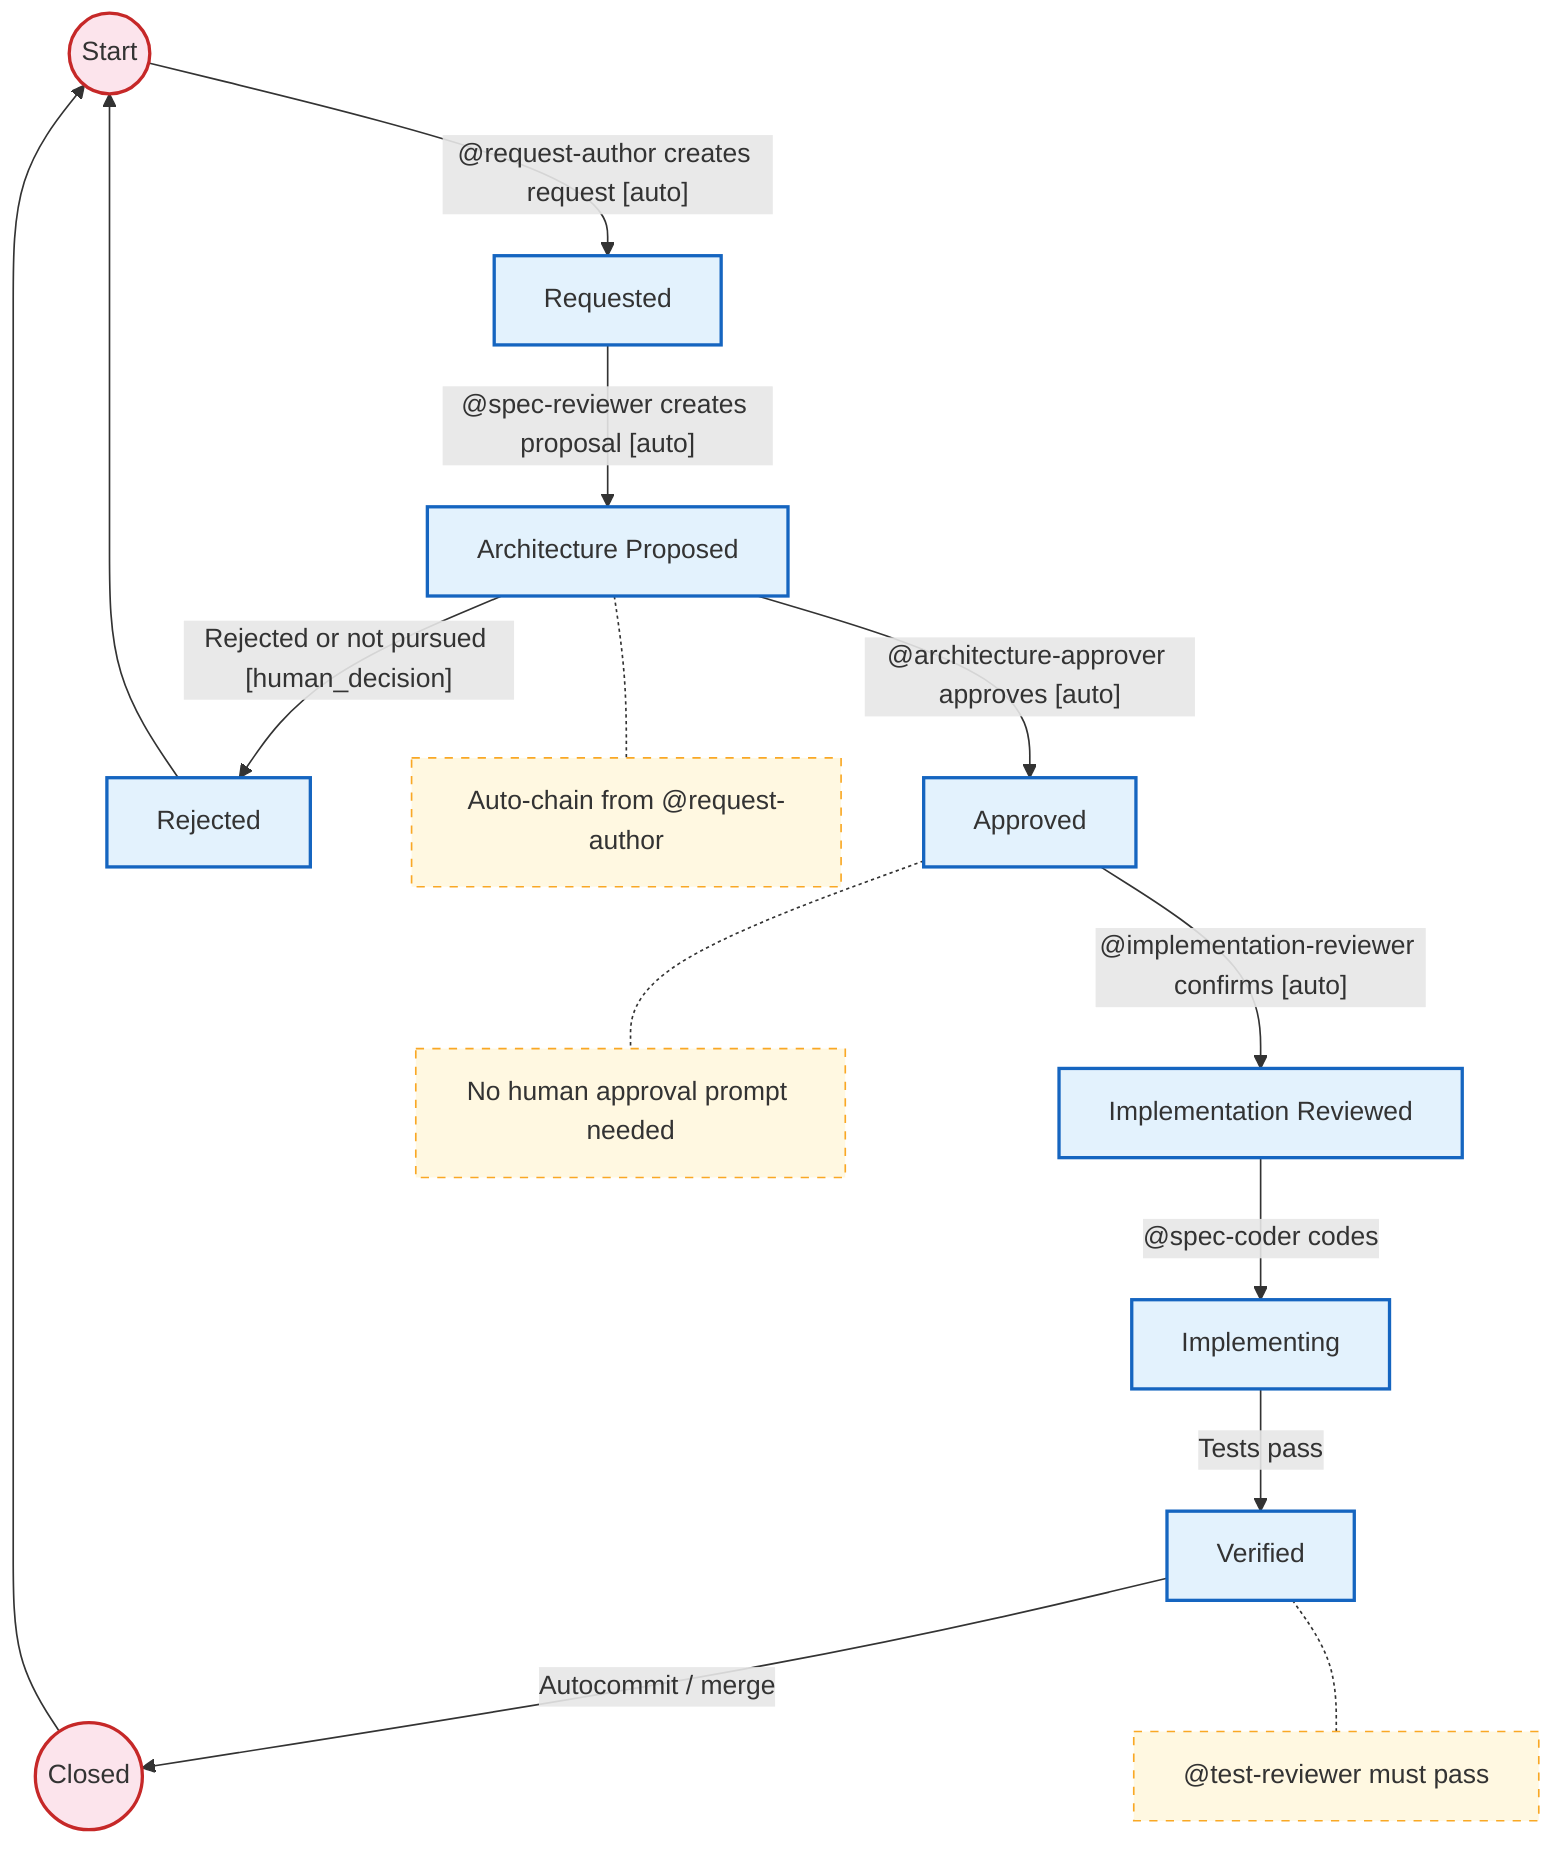
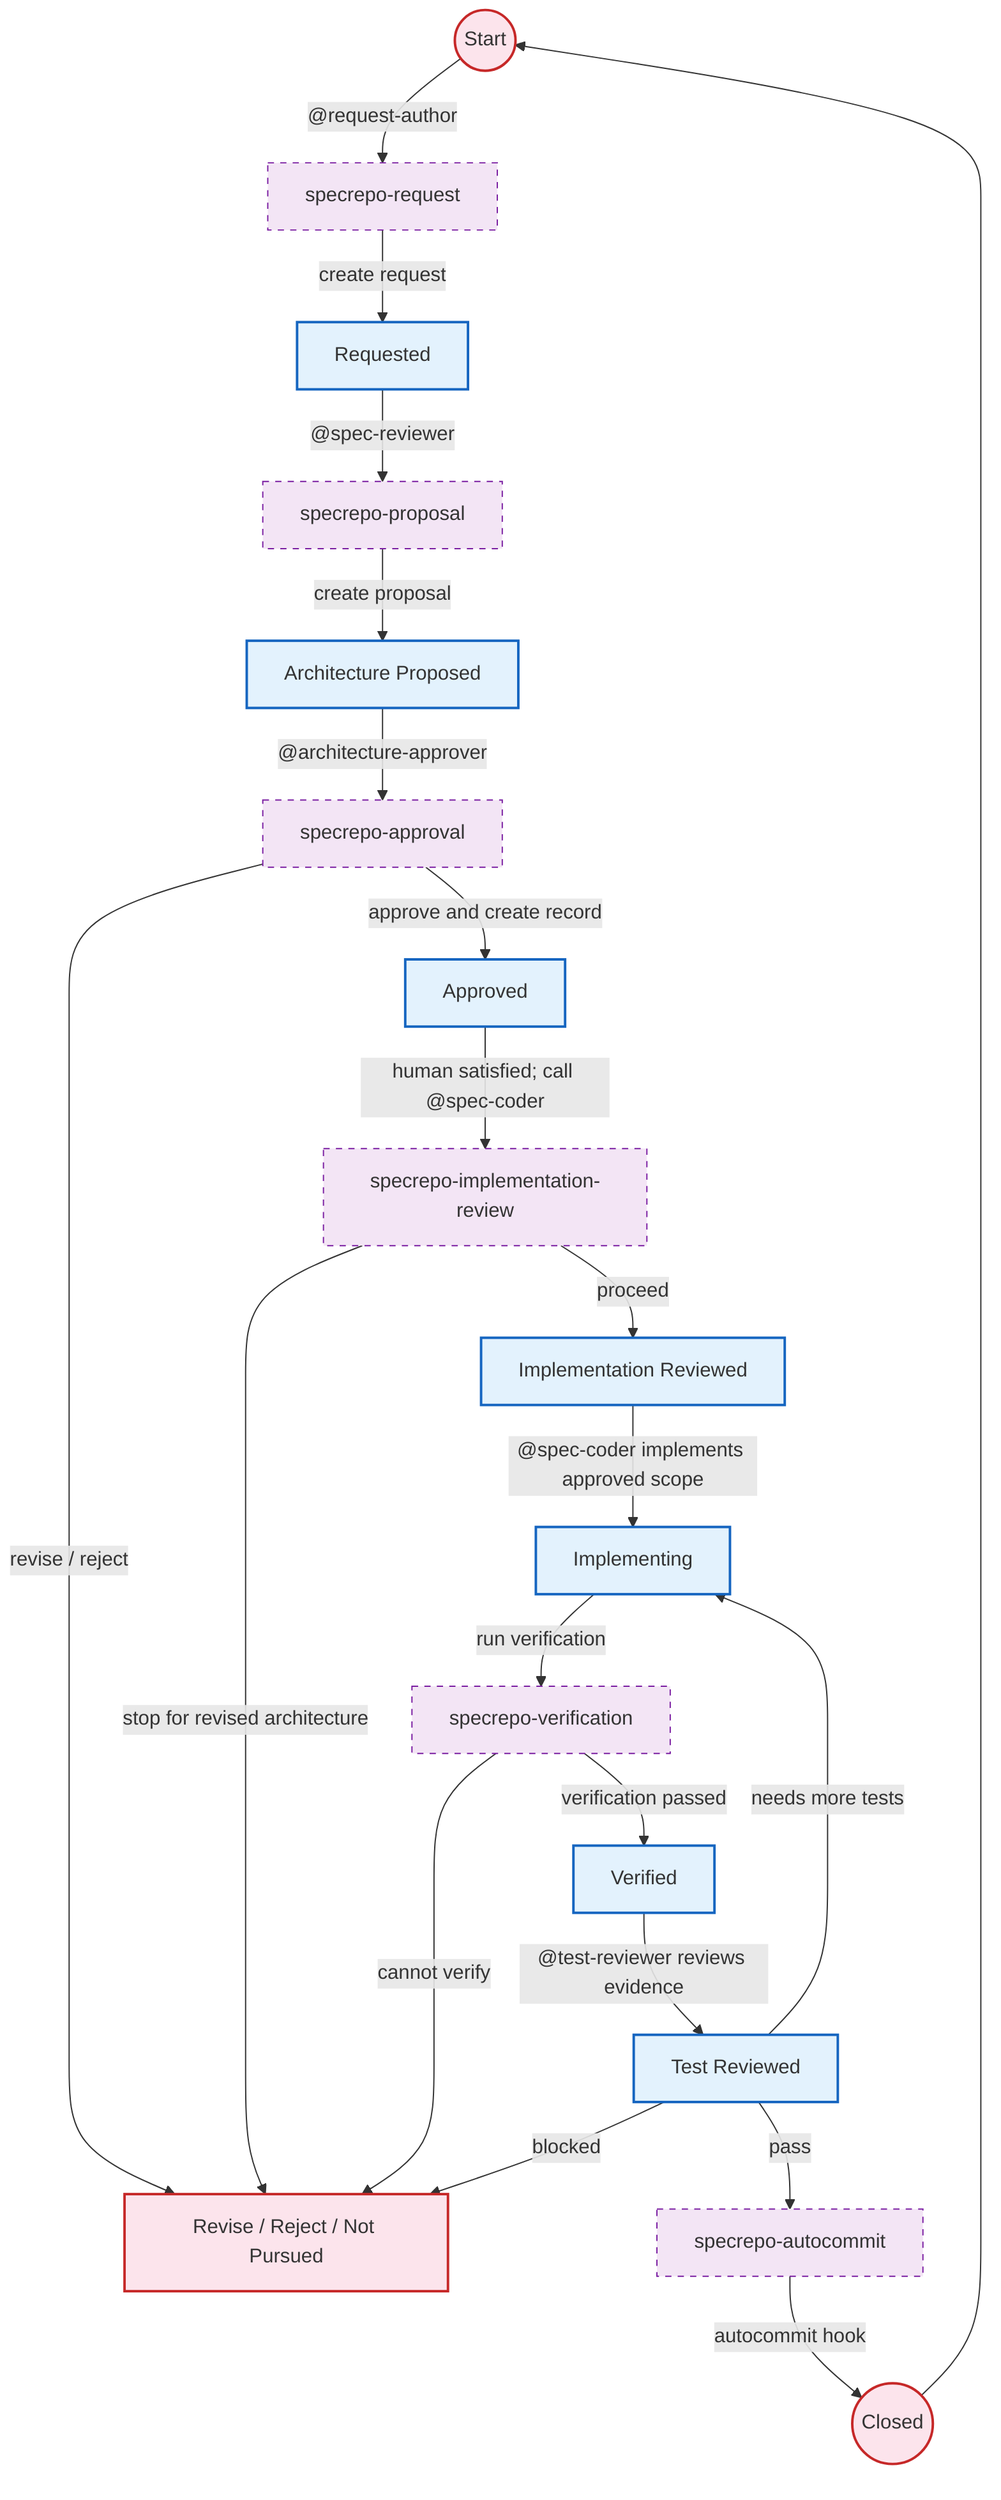
graph TD
    classDef state fill:#e3f2fd,stroke:#1565c0,stroke-width:2px
    classDef terminal fill:#fce4ec,stroke:#c62828,stroke-width:2px
-     classDef note fill:#fff8e1,stroke:#f9a825,stroke-width:1px,stroke-dasharray:5 5
+     classDef skill fill:#f3e5f5,stroke:#7b1fa2,stroke-width:1px,stroke-dasharray:5 5
+     classDef decision fill:#fff8e1,stroke:#f9a825,stroke-width:2px

    Start((Start)):::terminal
    Requested[Requested]:::state
    ArchitectureProposed[Architecture Proposed]:::state
    Approved[Approved]:::state
-     Rejected[Rejected]:::state
+     Rejected[Revise / Reject / Not Pursued]:::terminal
    ImplementationReviewed[Implementation Reviewed]:::state
    Implementing[Implementing]:::state
    Verified[Verified]:::state
+     TestReviewed[Test Reviewed]:::state
    Closed((Closed)):::terminal

-     Start -->|"@request-author creates request [auto]"| Requested
-     Requested -->|"@spec-reviewer creates proposal [auto]"| ArchitectureProposed
-     ArchitectureProposed -->|"@architecture-approver approves [auto]"| Approved
-     ArchitectureProposed -->|"Rejected or not pursued [human_decision]"| Rejected
-     Approved -->|"@implementation-reviewer confirms [auto]"| ImplementationReviewed
-     ImplementationReviewed -->|"@spec-coder codes"| Implementing
-     Implementing -->|"Tests pass"| Verified
-     Verified -->|"Autocommit / merge"| Closed
-     Rejected --> Start
+     RequestSkill["specrepo-request"]:::skill
+     ProposalSkill["specrepo-proposal"]:::skill
+     ApprovalSkill["specrepo-approval"]:::skill
+     ImplReviewSkill["specrepo-implementation-review"]:::skill
+     VerifySkill["specrepo-verification"]:::skill
+     AutoCommitSkill["specrepo-autocommit"]:::skill
+ 
+     Start -->|"@request-author"| RequestSkill
+     RequestSkill -->|"create request"| Requested
+     Requested -->|"@spec-reviewer"| ProposalSkill
+     ProposalSkill -->|"create proposal"| ArchitectureProposed
+     ArchitectureProposed -->|"@architecture-approver"| ApprovalSkill
+     ApprovalSkill -->|"approve and create record"| Approved
+     ApprovalSkill -->|"revise / reject"| Rejected
+     Approved -->|"human satisfied; call @spec-coder"| ImplReviewSkill
+     ImplReviewSkill -->|"proceed"| ImplementationReviewed
+     ImplReviewSkill -->|"stop for revised architecture"| Rejected
+     ImplementationReviewed -->|"@spec-coder implements approved scope"| Implementing
+     Implementing -->|"run verification"| VerifySkill
+     VerifySkill -->|"verification passed"| Verified
+     VerifySkill -->|"cannot verify"| Rejected
+     Verified -->|"@test-reviewer reviews evidence"| TestReviewed
+     TestReviewed -->|"pass"| AutoCommitSkill
+     TestReviewed -->|"needs more tests"| Implementing
+     TestReviewed -->|"blocked"| Rejected
+     AutoCommitSkill -->|"autocommit hook"| Closed
    Closed --> Start
- 
-     Note1["Auto-chain from @request-author"]:::note
-     Note2["No human approval prompt needed"]:::note
-     Note3["@test-reviewer must pass"]:::note
- 
-     ArchitectureProposed -.- Note1
-     Approved -.- Note2
-     Verified -.- Note3
